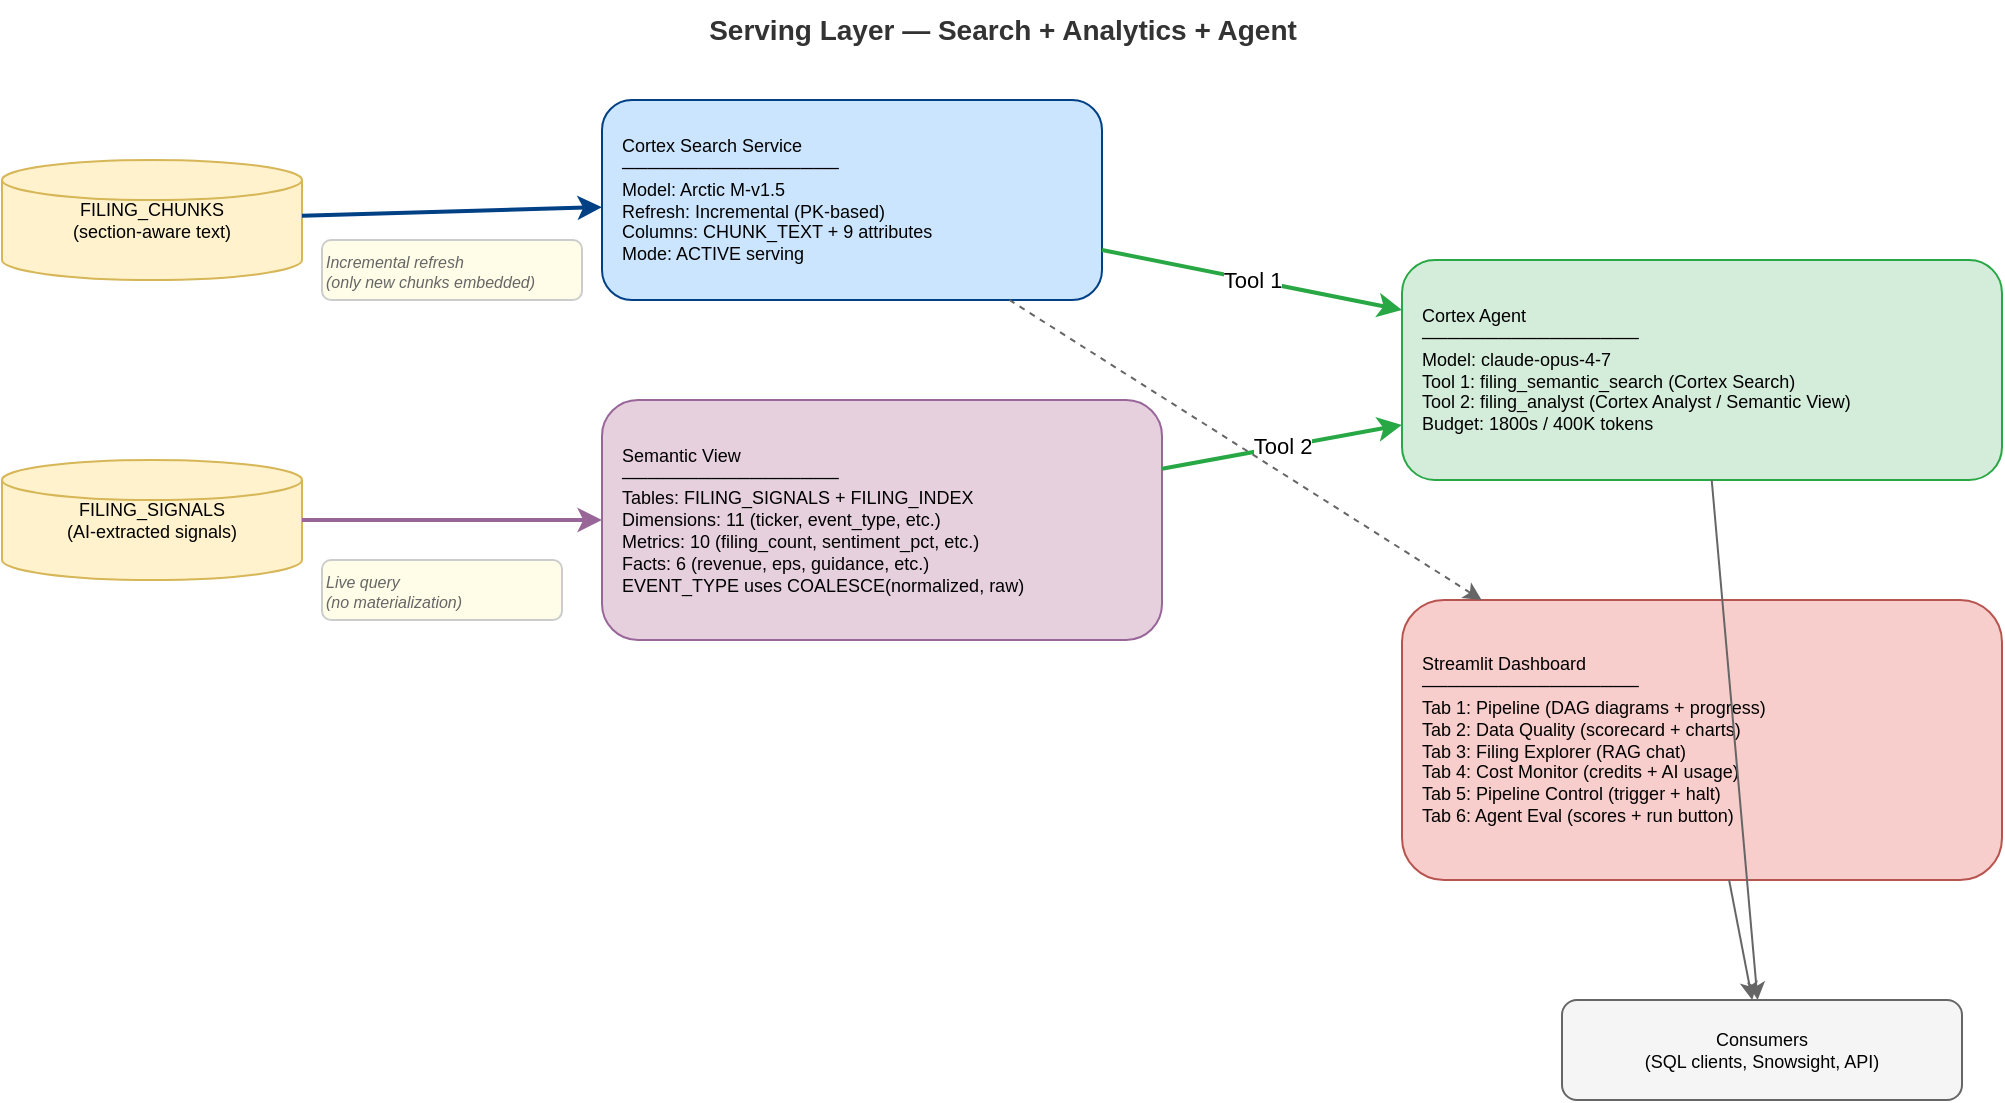
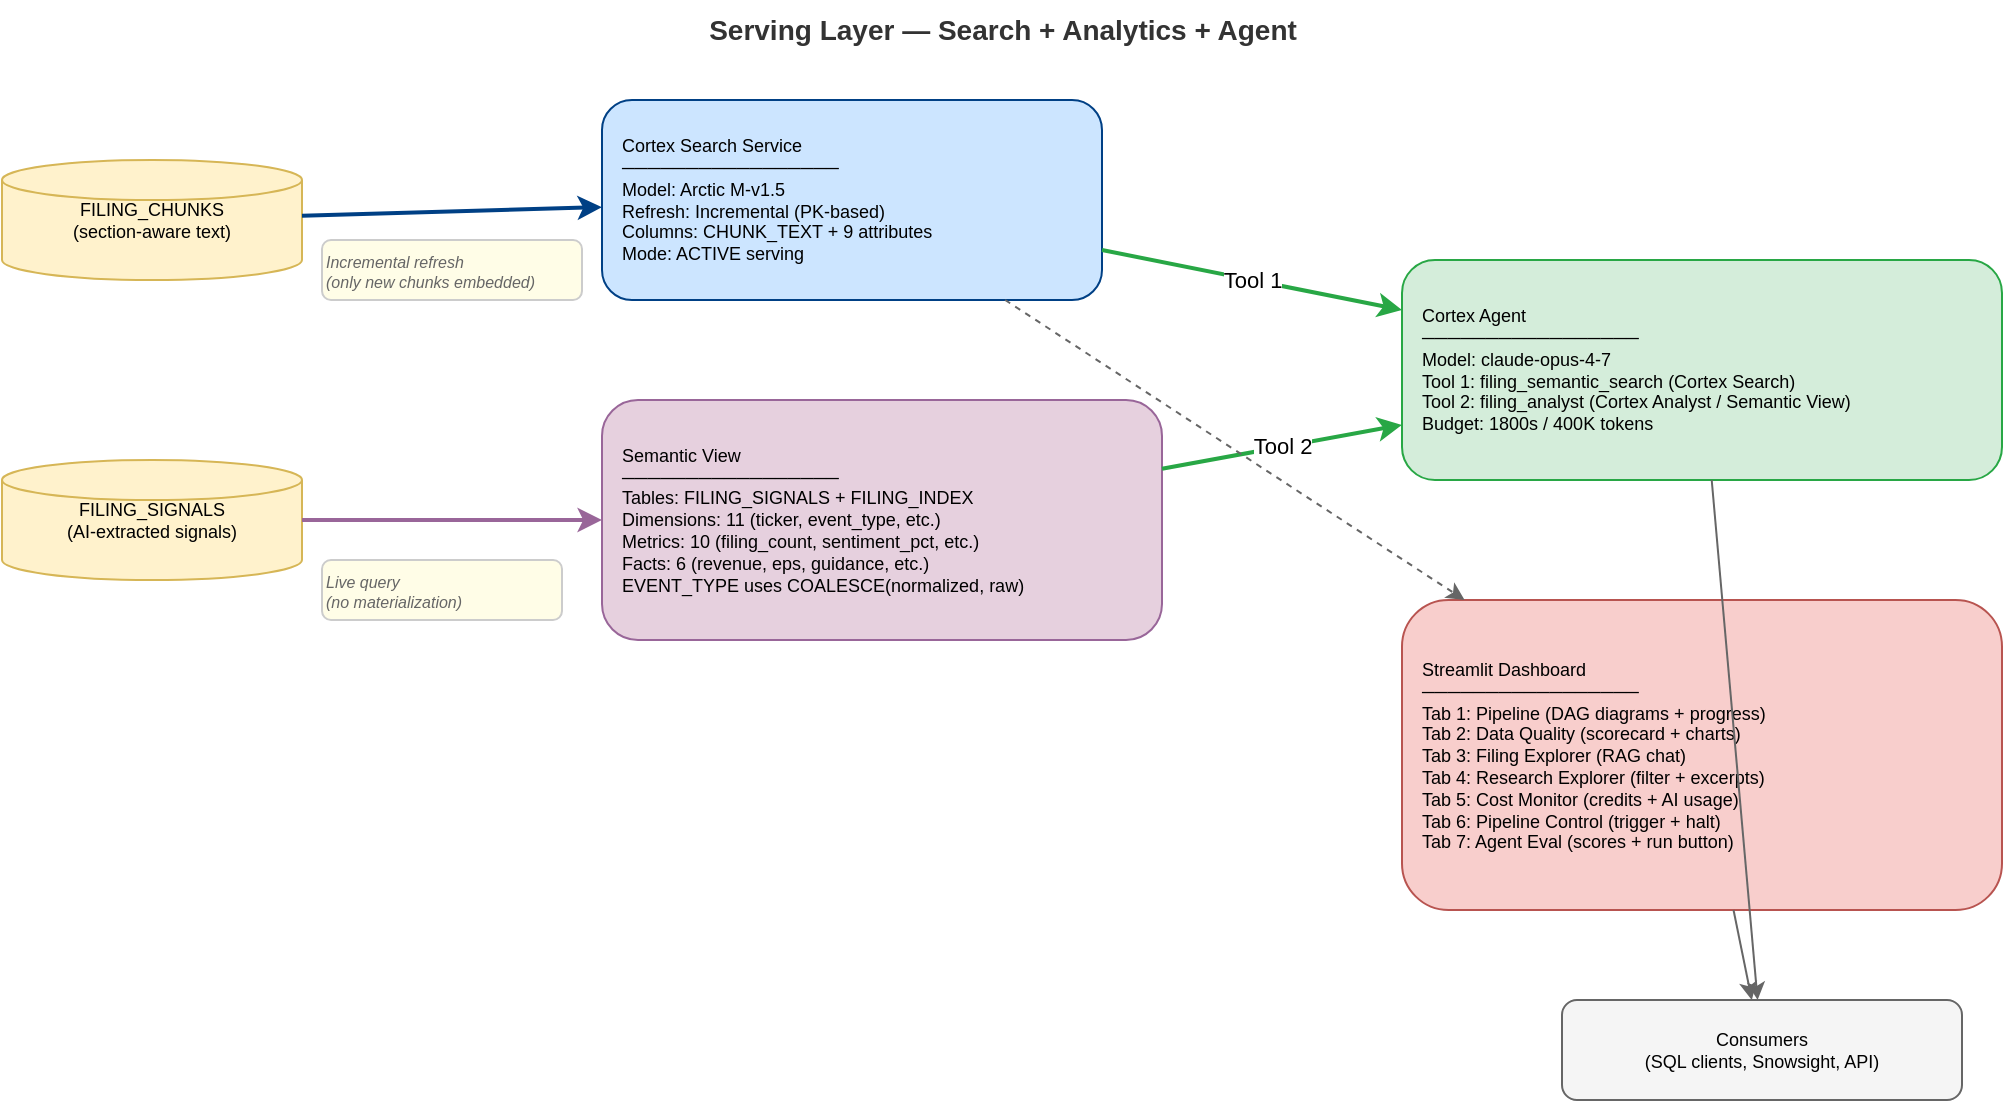
<?xml version="1.0" encoding="UTF-8"?>
<mxfile host="app.diagrams.net">
  <diagram id="serving-layer" name="Serving Layer">
    <mxGraphModel dx="1400" dy="800" grid="1" gridSize="10" guides="1" tooltips="1" connect="1" arrows="1" fold="1" page="1" pageScale="1" pageWidth="1400" pageHeight="800" math="0" shadow="0">
      <root>
        <mxCell id="0" />
        <mxCell id="1" parent="0" />

        <mxCell id="title" value="Serving Layer — Search + Analytics + Agent" style="text;html=1;strokeColor=none;fillColor=none;align=center;fontSize=14;fontStyle=1;fontColor=#333333;" vertex="1" parent="1">
          <mxGeometry x="400" y="20" width="500" height="30" as="geometry" />
        </mxCell>

        <!-- Data sources -->
        <mxCell id="chunks" value="FILING_CHUNKS&#xa;(section-aware text)" style="shape=cylinder3;whiteSpace=wrap;html=1;fillColor=#fff2cc;strokeColor=#d6b656;fontSize=9;size=10;" vertex="1" parent="1">
          <mxGeometry x="150" y="100" width="150" height="60" as="geometry" />
        </mxCell>
        <mxCell id="signals" value="FILING_SIGNALS&#xa;(AI-extracted signals)" style="shape=cylinder3;whiteSpace=wrap;html=1;fillColor=#fff2cc;strokeColor=#d6b656;fontSize=9;size=10;" vertex="1" parent="1">
          <mxGeometry x="150" y="250" width="150" height="60" as="geometry" />
        </mxCell>

        <!-- Cortex Search -->
        <mxCell id="search" value="Cortex Search Service&#xa;─────────────────&#xa;Model: Arctic M-v1.5&#xa;Refresh: Incremental (PK-based)&#xa;Columns: CHUNK_TEXT + 9 attributes&#xa;Mode: ACTIVE serving" style="rounded=1;whiteSpace=wrap;html=1;fillColor=#cce5ff;strokeColor=#004085;fontSize=9;align=left;spacingLeft=8;" vertex="1" parent="1">
          <mxGeometry x="450" y="70" width="250" height="100" as="geometry" />
        </mxCell>

        <!-- Semantic View -->
        <mxCell id="semview" value="Semantic View&#xa;─────────────────&#xa;Tables: FILING_SIGNALS + FILING_INDEX&#xa;Dimensions: 11 (ticker, event_type, etc.)&#xa;Metrics: 10 (filing_count, sentiment_pct, etc.)&#xa;Facts: 6 (revenue, eps, guidance, etc.)&#xa;EVENT_TYPE uses COALESCE(normalized, raw)" style="rounded=1;whiteSpace=wrap;html=1;fillColor=#e6d0de;strokeColor=#996699;fontSize=9;align=left;spacingLeft=8;" vertex="1" parent="1">
          <mxGeometry x="450" y="220" width="280" height="120" as="geometry" />
        </mxCell>

        <!-- Agent -->
        <mxCell id="agent" value="Cortex Agent&#xa;─────────────────&#xa;Model: claude-opus-4-7&#xa;Tool 1: filing_semantic_search (Cortex Search)&#xa;Tool 2: filing_analyst (Cortex Analyst / Semantic View)&#xa;Budget: 1800s / 400K tokens" style="rounded=1;whiteSpace=wrap;html=1;fillColor=#d4edda;strokeColor=#28a745;fontSize=9;align=left;spacingLeft=8;fontStyle=0;" vertex="1" parent="1">
          <mxGeometry x="850" y="150" width="300" height="110" as="geometry" />
        </mxCell>

        <!-- Streamlit -->
-         <mxCell id="streamlit" value="Streamlit Dashboard&#xa;─────────────────&#xa;Tab 1: Pipeline (DAG diagrams + progress)&#xa;Tab 2: Data Quality (scorecard + charts)&#xa;Tab 3: Filing Explorer (RAG chat)&#xa;Tab 4: Cost Monitor (credits + AI usage)&#xa;Tab 5: Pipeline Control (trigger + halt)&#xa;Tab 6: Agent Eval (scores + run button)" style="rounded=1;whiteSpace=wrap;html=1;fillColor=#f8cecc;strokeColor=#b85450;fontSize=9;align=left;spacingLeft=8;" vertex="1" parent="1">
-           <mxGeometry x="850" y="320" width="300" height="140" as="geometry" />
+         <mxCell id="streamlit" value="Streamlit Dashboard&#xa;─────────────────&#xa;Tab 1: Pipeline (DAG diagrams + progress)&#xa;Tab 2: Data Quality (scorecard + charts)&#xa;Tab 3: Filing Explorer (RAG chat)&#xa;Tab 4: Research Explorer (filter + excerpts)&#xa;Tab 5: Cost Monitor (credits + AI usage)&#xa;Tab 6: Pipeline Control (trigger + halt)&#xa;Tab 7: Agent Eval (scores + run button)" style="rounded=1;whiteSpace=wrap;html=1;fillColor=#f8cecc;strokeColor=#b85450;fontSize=9;align=left;spacingLeft=8;" vertex="1" parent="1">
+           <mxGeometry x="850" y="320" width="300" height="155" as="geometry" />
        </mxCell>

        <!-- Users -->
        <mxCell id="users" value="Consumers&#xa;(SQL clients, Snowsight, API)" style="rounded=1;whiteSpace=wrap;html=1;fillColor=#f5f5f5;strokeColor=#666;fontSize=9;" vertex="1" parent="1">
          <mxGeometry x="930" y="520" width="200" height="50" as="geometry" />
        </mxCell>

        <!-- Edges -->
        <mxCell id="e1" style="endArrow=classic;html=1;strokeColor=#004085;strokeWidth=2;" edge="1" parent="1" source="chunks" target="search">
          <mxGeometry relative="1" as="geometry" />
        </mxCell>
        <mxCell id="e2" style="endArrow=classic;html=1;strokeColor=#996699;strokeWidth=2;" edge="1" parent="1" source="signals" target="semview">
          <mxGeometry relative="1" as="geometry" />
        </mxCell>
        <mxCell id="e3" value="Tool 1" style="endArrow=classic;html=1;strokeColor=#28a745;strokeWidth=2;" edge="1" parent="1" source="search" target="agent">
          <mxGeometry relative="1" as="geometry" />
        </mxCell>
        <mxCell id="e4" value="Tool 2" style="endArrow=classic;html=1;strokeColor=#28a745;strokeWidth=2;" edge="1" parent="1" source="semview" target="agent">
          <mxGeometry relative="1" as="geometry" />
        </mxCell>
        <mxCell id="e5" style="endArrow=classic;html=1;strokeColor=#666;dashed=1;" edge="1" parent="1" source="search" target="streamlit">
          <mxGeometry relative="1" as="geometry" />
        </mxCell>
        <mxCell id="e6" style="endArrow=classic;html=1;strokeColor=#666;" edge="1" parent="1" source="agent" target="users">
          <mxGeometry relative="1" as="geometry" />
        </mxCell>
        <mxCell id="e7" style="endArrow=classic;html=1;strokeColor=#666;" edge="1" parent="1" source="streamlit" target="users">
          <mxGeometry relative="1" as="geometry" />
        </mxCell>

        <!-- Annotations -->
        <mxCell id="note1" value="Incremental refresh&#xa;(only new chunks embedded)" style="text;html=1;strokeColor=#cccccc;fillColor=#fffde7;align=left;fontSize=8;fontStyle=2;fontColor=#666;rounded=1;" vertex="1" parent="1">
          <mxGeometry x="310" y="140" width="130" height="30" as="geometry" />
        </mxCell>
        <mxCell id="note2" value="Live query&#xa;(no materialization)" style="text;html=1;strokeColor=#cccccc;fillColor=#fffde7;align=left;fontSize=8;fontStyle=2;fontColor=#666;rounded=1;" vertex="1" parent="1">
          <mxGeometry x="310" y="300" width="120" height="30" as="geometry" />
        </mxCell>
      </root>
    </mxGraphModel>
  </diagram>
</mxfile>
